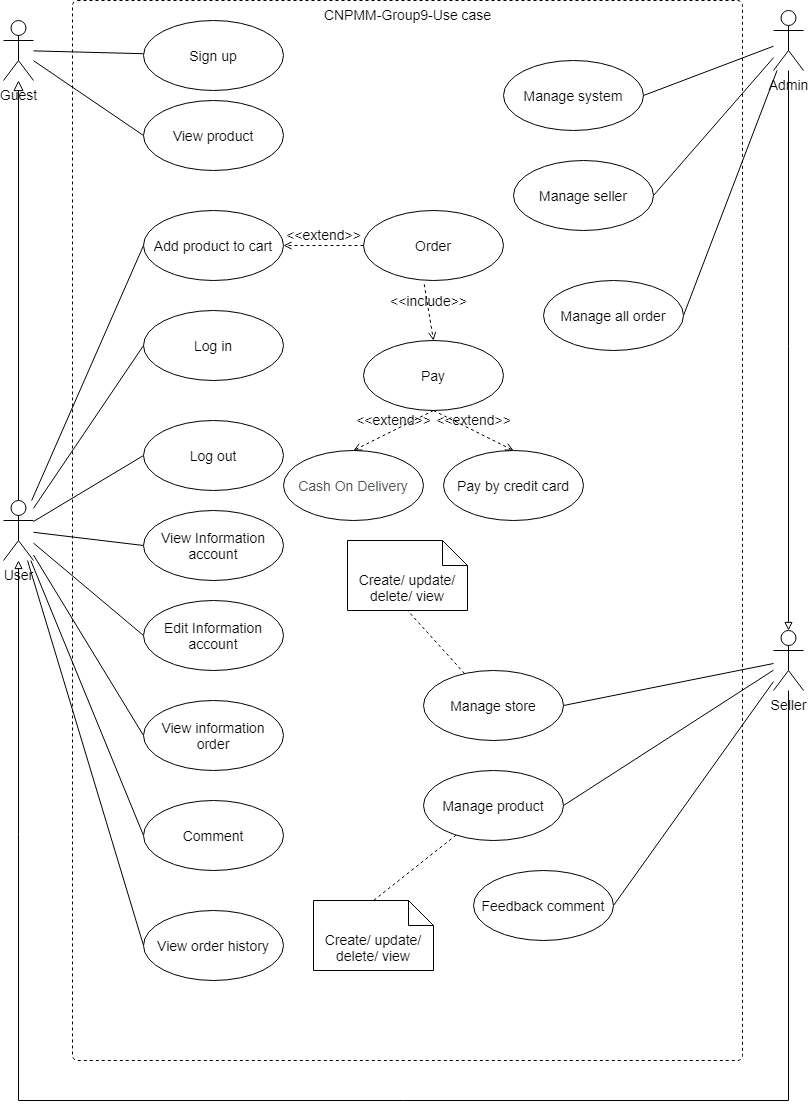
Earlier version of the draw.io export System design/Use case.drawio.png (giakhangnguyenlam/CNPMM). Source tidied: cells renumbered, new cells last; positions are measured from the earlier drawing's top-left corner, leaving out a move shared by most shapes.
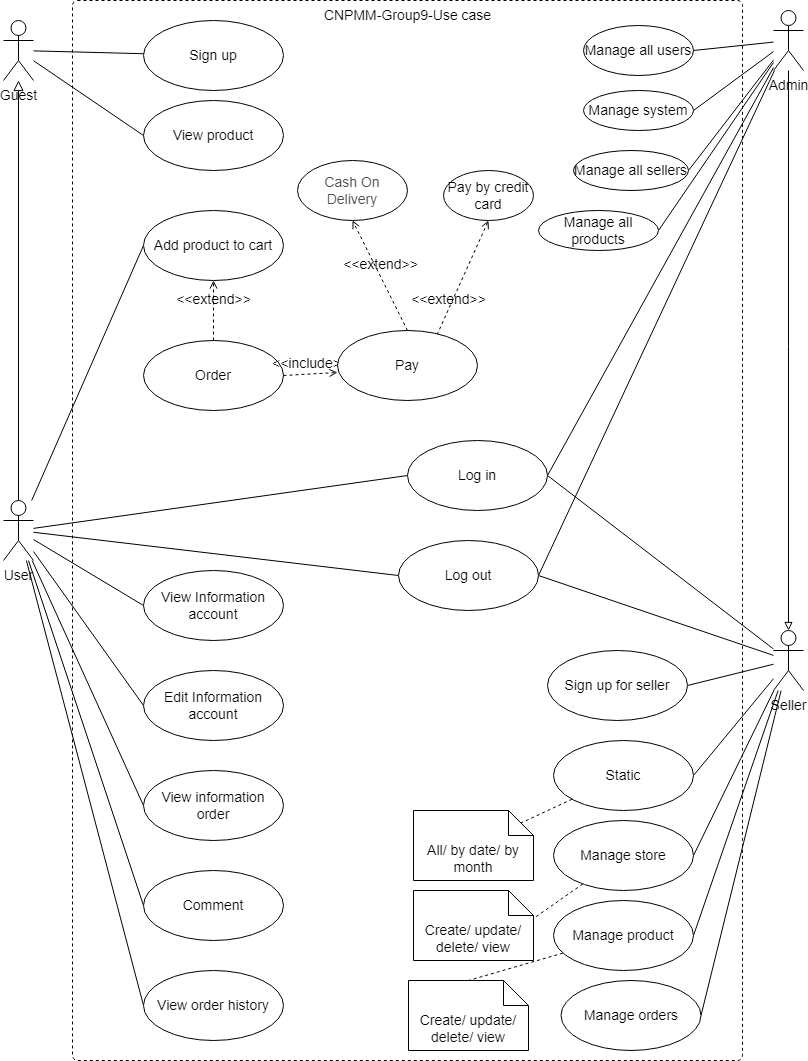
Later version of the same file.

Commit message:
update system design

Diff of the diagram source:
```diff
@@ -47,14 +47,6 @@
     <mxCell id="16" value="User" style="shape=umlActor;verticalLabelPosition=bottom;verticalAlign=top;html=1;fontSize=14;" parent="1" vertex="1">
       <mxGeometry y="500" width="30" height="60" as="geometry" />
     </mxCell>
-    <mxCell id="17" style="edgeStyle=orthogonalEdgeStyle;rounded=0;jettySize=auto;html=1;endArrow=block;endFill=0;fontSize=14;" parent="1" edge="1" source="21" target="16">
-      <mxGeometry relative="1" as="geometry">
-        <Array as="points">
-          <mxPoint x="785" y="1100" />
-          <mxPoint x="15" y="1100" />
-        </Array>
-      </mxGeometry>
-    </mxCell>
     <mxCell id="18" style="edgeStyle=none;rounded=0;jettySize=auto;html=1;entryX=1;entryY=0.5;entryDx=0;entryDy=0;fontFamily=Helvetica;fontSize=14;endArrow=none;endFill=0;" parent="1" edge="1" source="21" target="45">
       <mxGeometry relative="1" as="geometry" />
     </mxCell>
@@ -64,6 +56,18 @@
     <mxCell id="20" style="edgeStyle=none;rounded=0;jettySize=auto;html=1;entryX=1;entryY=0.5;entryDx=0;entryDy=0;fontFamily=Helvetica;fontSize=14;endArrow=none;endFill=0;" parent="1" edge="1" source="21" target="50">
       <mxGeometry relative="1" as="geometry" />
     </mxCell>
+    <mxCell id="54" style="edgeStyle=none;rounded=0;jettySize=auto;html=1;entryX=1;entryY=0.5;entryDx=0;entryDy=0;endArrow=none;endFill=0;" parent="1" edge="1" source="21" target="63">
+      <mxGeometry relative="1" as="geometry" />
+    </mxCell>
+    <mxCell id="55" style="edgeStyle=none;rounded=0;jettySize=auto;html=1;entryX=1;entryY=0.5;entryDx=0;entryDy=0;endArrow=none;endFill=0;" parent="1" edge="1" source="21" target="28">
+      <mxGeometry relative="1" as="geometry" />
+    </mxCell>
+    <mxCell id="56" style="edgeStyle=none;rounded=0;jettySize=auto;html=1;entryX=1;entryY=0.5;entryDx=0;entryDy=0;endArrow=none;endFill=0;" parent="1" edge="1" source="21" target="29">
+      <mxGeometry relative="1" as="geometry" />
+    </mxCell>
+    <mxCell id="57" style="edgeStyle=none;rounded=0;jettySize=auto;html=1;entryX=1;entryY=0.5;entryDx=0;entryDy=0;endArrow=none;endFill=0;" parent="1" edge="1" source="21" target="65">
+      <mxGeometry relative="1" as="geometry" />
+    </mxCell>
     <mxCell id="21" value="Seller" style="shape=umlActor;verticalLabelPosition=bottom;verticalAlign=top;html=1;fontSize=14;" parent="1" vertex="1">
       <mxGeometry x="770" y="630" width="30" height="60" as="geometry" />
     </mxCell>
@@ -79,6 +83,15 @@
     <mxCell id="25" style="edgeStyle=none;rounded=0;jettySize=auto;html=1;entryX=1;entryY=0.5;entryDx=0;entryDy=0;fontFamily=Helvetica;fontSize=14;endArrow=none;endFill=0;" parent="1" edge="1" source="26" target="53">
       <mxGeometry relative="1" as="geometry" />
     </mxCell>
+    <mxCell id="58" style="rounded=0;jettySize=auto;html=1;entryX=1;entryY=0.5;entryDx=0;entryDy=0;endArrow=none;endFill=0;" parent="1" edge="1" source="26" target="61">
+      <mxGeometry relative="1" as="geometry" />
+    </mxCell>
+    <mxCell id="59" style="edgeStyle=none;rounded=0;jettySize=auto;html=1;entryX=1;entryY=0.5;entryDx=0;entryDy=0;endArrow=none;endFill=0;" parent="1" edge="1" source="26" target="28">
+      <mxGeometry relative="1" as="geometry" />
+    </mxCell>
+    <mxCell id="60" style="edgeStyle=none;rounded=0;jettySize=auto;html=1;entryX=1;entryY=0.5;entryDx=0;entryDy=0;endArrow=none;endFill=0;" parent="1" edge="1" source="26" target="29">
+      <mxGeometry relative="1" as="geometry" />
+    </mxCell>
     <mxCell id="26" value="Admin" style="shape=umlActor;verticalLabelPosition=bottom;verticalAlign=top;html=1;fontSize=14;" parent="1" vertex="1">
       <mxGeometry x="770" y="10" width="30" height="60" as="geometry" />
     </mxCell>
@@ -86,82 +99,97 @@
       <mxGeometry x="140" y="100" width="140" height="70" as="geometry" />
     </mxCell>
     <mxCell id="28" value="Log in" style="ellipse;whiteSpace=wrap;html=1;fontSize=14;" parent="1" vertex="1">
-      <mxGeometry x="140" y="310" width="140" height="70" as="geometry" />
+      <mxGeometry x="404" y="440" width="140" height="70" as="geometry" />
     </mxCell>
     <mxCell id="29" value="Log out" style="ellipse;whiteSpace=wrap;html=1;fontSize=14;" parent="1" vertex="1">
-      <mxGeometry x="140" y="420" width="140" height="70" as="geometry" />
+      <mxGeometry x="395" y="540" width="140" height="70" as="geometry" />
     </mxCell>
-    <mxCell id="30" value="Pay" style="ellipse;whiteSpace=wrap;html=1;fontSize=14;" parent="1" vertex="1">
-      <mxGeometry x="360" y="340" width="140" height="70" as="geometry" />
-    </mxCell>
     <mxCell id="31" value="Add product to cart" style="ellipse;whiteSpace=wrap;html=1;fontSize=14;" parent="1" vertex="1">
       <mxGeometry x="140" y="210" width="140" height="70" as="geometry" />
     </mxCell>
     <mxCell id="32" value="View Information account" style="ellipse;whiteSpace=wrap;html=1;fontSize=14;" parent="1" vertex="1">
-      <mxGeometry x="140" y="510" width="140" height="70" as="geometry" />
+      <mxGeometry x="140" y="570" width="140" height="70" as="geometry" />
     </mxCell>
     <mxCell id="33" value="Edit Information account" style="ellipse;whiteSpace=wrap;html=1;fontSize=14;" parent="1" vertex="1">
-      <mxGeometry x="140" y="600" width="140" height="70" as="geometry" />
+      <mxGeometry x="140" y="670" width="140" height="70" as="geometry" />
     </mxCell>
     <mxCell id="34" value="View information order" style="ellipse;whiteSpace=wrap;html=1;fontSize=14;" parent="1" vertex="1">
-      <mxGeometry x="140" y="700" width="140" height="70" as="geometry" />
+      <mxGeometry x="140" y="770" width="140" height="70" as="geometry" />
     </mxCell>
     <mxCell id="35" value="Pay by credit card" style="ellipse;whiteSpace=wrap;html=1;fontSize=14;" parent="1" vertex="1">
-      <mxGeometry x="440" y="450" width="140" height="70" as="geometry" />
+      <mxGeometry x="440" y="170" width="90" height="50" as="geometry" />
     </mxCell>
     <mxCell id="36" value="&lt;span style=&quot;color: rgb(77, 81, 86); font-size: 14px; text-align: left; background-color: rgb(255, 255, 255);&quot;&gt;Cash On Delivery&lt;/span&gt;" style="ellipse;whiteSpace=wrap;html=1;fontSize=14;" parent="1" vertex="1">
-      <mxGeometry x="280" y="450" width="140" height="70" as="geometry" />
+      <mxGeometry x="294" y="160" width="110" height="60" as="geometry" />
     </mxCell>
-    <mxCell id="37" value="&amp;lt;&amp;lt;extend&amp;gt;&amp;gt;" style="html=1;verticalAlign=bottom;labelBackgroundColor=none;endArrow=open;endFill=0;dashed=1;rounded=0;fontFamily=Helvetica;fontSize=14;exitX=0.5;exitY=1;exitDx=0;exitDy=0;entryX=0.5;entryY=0;entryDx=0;entryDy=0;" parent="1" edge="1" source="30" target="35">
+    <mxCell id="37" value="&amp;lt;&amp;lt;extend&amp;gt;&amp;gt;" style="html=1;verticalAlign=bottom;labelBackgroundColor=none;endArrow=open;endFill=0;dashed=1;rounded=0;fontFamily=Helvetica;fontSize=14;exitX=0.5;exitY=1;exitDx=0;exitDy=0;entryX=0.5;entryY=1;entryDx=0;entryDy=0;" parent="1" edge="1" source="30" target="35">
       <mxGeometry relative="1" as="geometry" />
     </mxCell>
-    <mxCell id="38" value="&amp;lt;&amp;lt;extend&amp;gt;&amp;gt;" style="html=1;verticalAlign=bottom;labelBackgroundColor=none;endArrow=open;endFill=0;dashed=1;rounded=0;fontFamily=Helvetica;fontSize=14;exitX=0.5;exitY=1;exitDx=0;exitDy=0;entryX=0.5;entryY=0;entryDx=0;entryDy=0;" parent="1" edge="1" source="30" target="36">
-      <mxGeometry relative="1" as="geometry" />
-    </mxCell>
     <mxCell id="39" value="Comment" style="ellipse;whiteSpace=wrap;html=1;fontSize=14;" parent="1" vertex="1">
-      <mxGeometry x="140" y="800" width="140" height="70" as="geometry" />
+      <mxGeometry x="140" y="870" width="140" height="70" as="geometry" />
     </mxCell>
     <mxCell id="40" value="View order history" style="ellipse;whiteSpace=wrap;html=1;fontSize=14;" parent="1" vertex="1">
-      <mxGeometry x="140" y="910" width="140" height="70" as="geometry" />
+      <mxGeometry x="140" y="970" width="140" height="70" as="geometry" />
     </mxCell>
     <mxCell id="41" value="Order" style="ellipse;whiteSpace=wrap;html=1;fontSize=14;" parent="1" vertex="1">
-      <mxGeometry x="360" y="210" width="140" height="70" as="geometry" />
+      <mxGeometry x="140" y="340" width="140" height="70" as="geometry" />
     </mxCell>
-    <mxCell id="42" value="&amp;lt;&amp;lt;extend&amp;gt;&amp;gt;" style="html=1;verticalAlign=bottom;labelBackgroundColor=none;endArrow=open;endFill=0;dashed=1;rounded=0;fontFamily=Helvetica;fontSize=14;entryX=1;entryY=0.5;entryDx=0;entryDy=0;exitX=0;exitY=0.5;exitDx=0;exitDy=0;" parent="1" edge="1" source="41" target="31">
+    <mxCell id="42" value="&amp;lt;&amp;lt;extend&amp;gt;&amp;gt;" style="html=1;verticalAlign=bottom;labelBackgroundColor=none;endArrow=open;endFill=0;dashed=1;rounded=0;fontFamily=Helvetica;fontSize=14;entryX=0.5;entryY=1;entryDx=0;entryDy=0;exitX=0.5;exitY=0;exitDx=0;exitDy=0;" parent="1" edge="1" source="41" target="31">
       <mxGeometry relative="1" as="geometry" />
     </mxCell>
-    <mxCell id="43" value="&amp;lt;&amp;lt;include&amp;gt;&amp;gt;" style="html=1;verticalAlign=bottom;labelBackgroundColor=none;endArrow=open;endFill=0;dashed=1;rounded=0;fontFamily=Helvetica;fontSize=14;exitX=0.434;exitY=1.054;exitDx=0;exitDy=0;exitPerimeter=0;entryX=0.5;entryY=0;entryDx=0;entryDy=0;" parent="1" edge="1" source="41" target="30">
+    <mxCell id="43" value="&amp;lt;&amp;lt;include&amp;gt;&amp;gt;" style="html=1;verticalAlign=bottom;labelBackgroundColor=none;endArrow=open;endFill=0;dashed=1;rounded=0;fontFamily=Helvetica;fontSize=14;entryX=0;entryY=0.6;entryDx=0;entryDy=0;entryPerimeter=0;exitX=1;exitY=0.5;exitDx=0;exitDy=0;" parent="1" edge="1" source="41" target="30">
       <mxGeometry relative="1" as="geometry" />
     </mxCell>
     <mxCell id="44" style="edgeStyle=none;rounded=0;jettySize=auto;html=1;entryX=0.5;entryY=1;entryDx=0;entryDy=0;entryPerimeter=0;fontFamily=Helvetica;fontSize=14;endArrow=none;endFill=0;dashed=1;" parent="1" edge="1" source="45" target="46">
       <mxGeometry relative="1" as="geometry" />
     </mxCell>
     <mxCell id="45" value="Manage store" style="ellipse;whiteSpace=wrap;html=1;fontSize=14;" parent="1" vertex="1">
-      <mxGeometry x="420" y="670" width="140" height="70" as="geometry" />
+      <mxGeometry x="550" y="820" width="140" height="70" as="geometry" />
     </mxCell>
     <mxCell id="46" value="Create/ update/ delete/ view" style="shape=note2;boundedLbl=1;whiteSpace=wrap;html=1;size=25;verticalAlign=top;align=center;fontFamily=Helvetica;fontSize=14;" parent="1" vertex="1">
-      <mxGeometry x="344" y="540" width="120" height="70" as="geometry" />
+      <mxGeometry x="410" y="890" width="120" height="70" as="geometry" />
     </mxCell>
     <mxCell id="47" style="edgeStyle=none;rounded=0;jettySize=auto;html=1;entryX=0.5;entryY=0;entryDx=0;entryDy=0;entryPerimeter=0;dashed=1;fontFamily=Helvetica;fontSize=14;endArrow=none;endFill=0;" parent="1" edge="1" source="48" target="49">
       <mxGeometry relative="1" as="geometry" />
     </mxCell>
     <mxCell id="48" value="Manage product" style="ellipse;whiteSpace=wrap;html=1;fontSize=14;" parent="1" vertex="1">
-      <mxGeometry x="420" y="770" width="140" height="70" as="geometry" />
+      <mxGeometry x="550" y="900" width="140" height="70" as="geometry" />
     </mxCell>
     <mxCell id="49" value="Create/ update/ delete/ view" style="shape=note2;boundedLbl=1;whiteSpace=wrap;html=1;size=25;verticalAlign=top;align=center;fontFamily=Helvetica;fontSize=14;" parent="1" vertex="1">
-      <mxGeometry x="310" y="900" width="120" height="70" as="geometry" />
+      <mxGeometry x="405" y="980" width="120" height="70" as="geometry" />
     </mxCell>
-    <mxCell id="50" value="Feedback comment" style="ellipse;whiteSpace=wrap;html=1;fontSize=14;" parent="1" vertex="1">
-      <mxGeometry x="470" y="870" width="140" height="70" as="geometry" />
+    <mxCell id="50" value="Manage orders" style="ellipse;whiteSpace=wrap;html=1;fontSize=14;" parent="1" vertex="1">
+      <mxGeometry x="557.5" y="980" width="140" height="70" as="geometry" />
     </mxCell>
     <mxCell id="51" value="Manage system" style="ellipse;whiteSpace=wrap;html=1;fontSize=14;" parent="1" vertex="1">
-      <mxGeometry x="500" y="60" width="140" height="70" as="geometry" />
+      <mxGeometry x="580" y="90" width="110" height="40" as="geometry" />
     </mxCell>
-    <mxCell id="52" value="Manage seller" style="ellipse;whiteSpace=wrap;html=1;fontSize=14;" parent="1" vertex="1">
-      <mxGeometry x="510" y="160" width="140" height="70" as="geometry" />
+    <mxCell id="52" value="Manage all sellers" style="ellipse;whiteSpace=wrap;html=1;fontSize=14;" parent="1" vertex="1">
+      <mxGeometry x="570" y="150" width="115" height="40" as="geometry" />
     </mxCell>
-    <mxCell id="53" value="Manage all order" style="ellipse;whiteSpace=wrap;html=1;fontSize=14;" parent="1" vertex="1">
-      <mxGeometry x="540" y="280" width="140" height="70" as="geometry" />
+    <mxCell id="53" value="Manage all products" style="ellipse;whiteSpace=wrap;html=1;fontSize=14;" parent="1" vertex="1">
+      <mxGeometry x="535" y="210" width="120" height="40" as="geometry" />
     </mxCell>
+    <mxCell id="61" value="Manage all users" style="ellipse;whiteSpace=wrap;html=1;fontSize=14;" parent="1" vertex="1">
+      <mxGeometry x="580" y="25" width="110" height="50" as="geometry" />
+    </mxCell>
+    <mxCell id="62" style="edgeStyle=none;rounded=0;jettySize=auto;html=1;entryX=0;entryY=0;entryDx=107.5;entryDy=12.5;entryPerimeter=0;endArrow=none;endFill=0;dashed=1;" parent="1" edge="1" source="63" target="64">
+      <mxGeometry relative="1" as="geometry" />
+    </mxCell>
+    <mxCell id="63" value="Static" style="ellipse;whiteSpace=wrap;html=1;fontSize=14;" parent="1" vertex="1">
+      <mxGeometry x="550" y="740" width="140" height="70" as="geometry" />
+    </mxCell>
+    <mxCell id="64" value="All/ by date/ by month" style="shape=note2;boundedLbl=1;whiteSpace=wrap;html=1;size=25;verticalAlign=top;align=center;fontFamily=Helvetica;fontSize=14;" parent="1" vertex="1">
+      <mxGeometry x="410" y="810" width="120" height="70" as="geometry" />
+    </mxCell>
+    <mxCell id="30" value="Pay" style="ellipse;whiteSpace=wrap;html=1;fontSize=14;" parent="1" vertex="1">
+      <mxGeometry x="334" y="330" width="140" height="70" as="geometry" />
+    </mxCell>
+    <mxCell id="38" value="&amp;lt;&amp;lt;extend&amp;gt;&amp;gt;" style="html=1;verticalAlign=bottom;labelBackgroundColor=none;endArrow=open;endFill=0;dashed=1;rounded=0;fontFamily=Helvetica;fontSize=14;exitX=0.5;exitY=0;exitDx=0;exitDy=0;entryX=0.5;entryY=1;entryDx=0;entryDy=0;" parent="1" edge="1" source="30" target="36">
+      <mxGeometry relative="1" as="geometry" />
+    </mxCell>
+    <mxCell id="65" value="Sign up for seller" style="ellipse;whiteSpace=wrap;html=1;fontSize=14;" parent="1" vertex="1">
+      <mxGeometry x="544" y="650" width="140" height="70" as="geometry" />
+    </mxCell>
   </root>
 </mxGraphModel>
```
